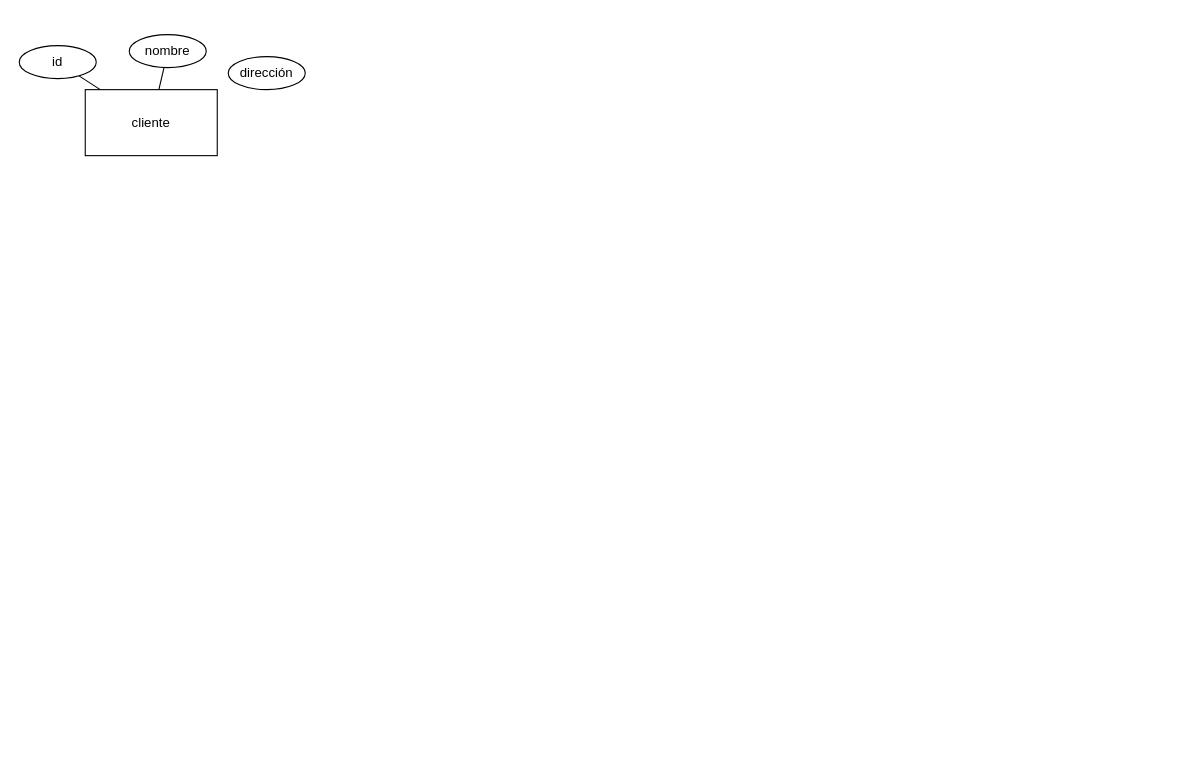
jesalazaro/ER-diagrams keeps this draw.io diagram as videoStore.drawio. Above is the earlier version. Source tidied: cells renumbered, new cells numbered last; positions are measured from the earlier drawing's top-left corner, leaving out a move shared by most shapes. Both pictures are drawn from the tidied source at 110%, with x=0, y=0 at pixel (19, 34).
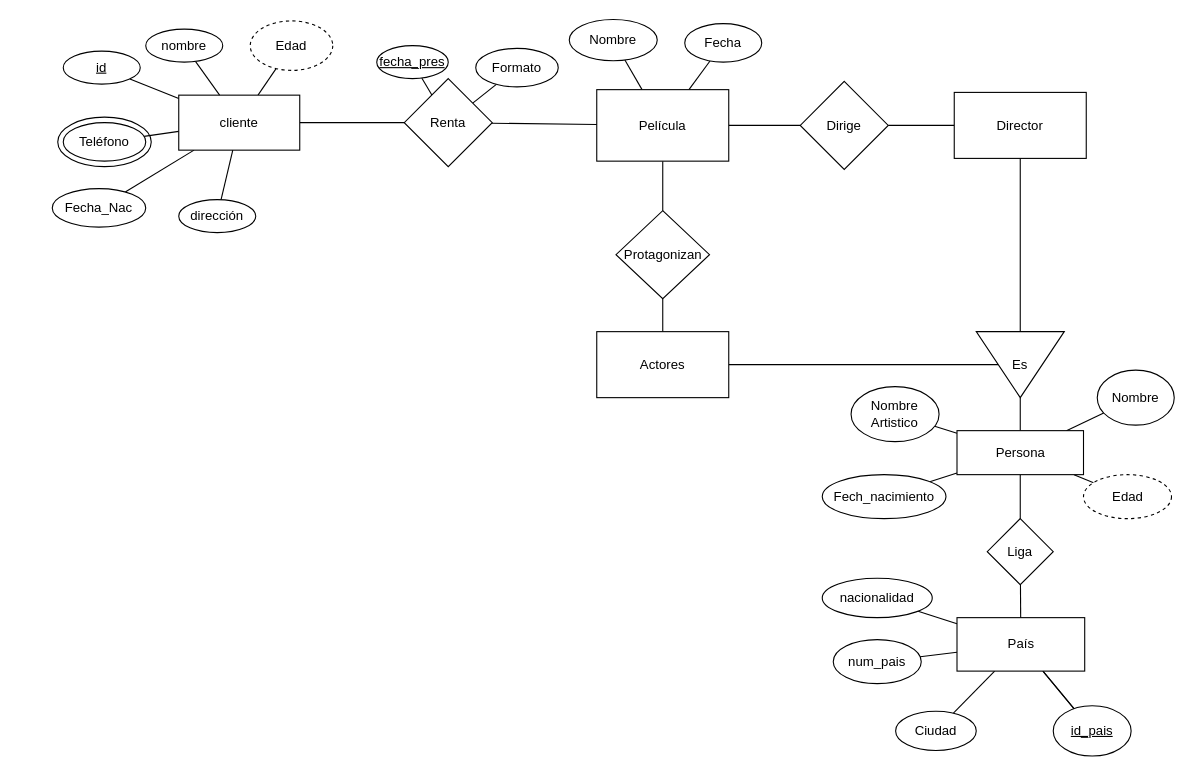
The same page after the edit.

What changed in the source:
```diff
@@
+    <mxCell id="8" style="ellipse;whiteSpace=wrap;html=1;rounded=0;" parent="1" vertex="1">
+      <mxGeometry x="35" y="75" width="85" height="45" as="geometry" />
+    </mxCell>
@@
+    <mxCell id="9" style="edgeStyle=none;rounded=0;jettySize=auto;html=1;endArrow=none;endFill=0;" parent="1" edge="1" source="3" target="14">
+      <mxGeometry relative="1" as="geometry" />
+    </mxCell>
+    <mxCell id="10" style="edgeStyle=none;rounded=0;jettySize=auto;html=1;endArrow=none;endFill=0;" parent="1" edge="1" source="3" target="15">
+      <mxGeometry relative="1" as="geometry" />
+    </mxCell>
+    <mxCell id="11" style="edgeStyle=none;rounded=0;jettySize=auto;html=1;endArrow=none;endFill=0;" parent="1" edge="1" source="3" target="16">
+      <mxGeometry relative="1" as="geometry" />
+    </mxCell>
+    <mxCell id="12" style="edgeStyle=none;rounded=0;jettySize=auto;html=1;endArrow=none;endFill=0;" parent="1" edge="1" source="3" target="25">
+      <mxGeometry relative="1" as="geometry" />
+    </mxCell>
     <mxCell id="3" value="cliente" style="rounded=0;whiteSpace=wrap;html=1;" parent="1" vertex="1">
-      <mxGeometry x="60" y="50" width="120" height="60" as="geometry" />
+      <mxGeometry x="145" y="55" width="110" height="50" as="geometry" />
     </mxCell>
-    <mxCell id="4" value="id" style="ellipse;whiteSpace=wrap;html=1;rounded=0;" parent="1" vertex="1">
-      <mxGeometry y="10" width="70" height="30" as="geometry" />
+    <mxCell id="4" value="&lt;u&gt;id&lt;/u&gt;" style="ellipse;whiteSpace=wrap;html=1;rounded=0;" parent="1" vertex="1">
+      <mxGeometry x="40" y="15" width="70" height="30" as="geometry" />
     </mxCell>
@@
     <mxCell id="6" value="nombre&lt;br&gt;" style="ellipse;whiteSpace=wrap;html=1;rounded=0;" parent="1" vertex="1">
-      <mxGeometry x="100" width="70" height="30" as="geometry" />
+      <mxGeometry x="115" y="-5" width="70" height="30" as="geometry" />
     </mxCell>
+    <mxCell id="13" style="edgeStyle=none;rounded=0;jettySize=auto;html=1;endArrow=none;endFill=0;" parent="1" edge="1" source="7" target="3">
+      <mxGeometry relative="1" as="geometry" />
+    </mxCell>
     <mxCell id="7" value="dirección" style="ellipse;whiteSpace=wrap;html=1;rounded=0;" parent="1" vertex="1">
-      <mxGeometry x="190" y="20" width="70" height="30" as="geometry" />
+      <mxGeometry x="145" y="150" width="70" height="30" as="geometry" />
     </mxCell>
+    <mxCell id="14" value="Teléfono" style="ellipse;whiteSpace=wrap;html=1;rounded=0;" parent="1" vertex="1">
+      <mxGeometry x="40" y="80" width="75" height="35" as="geometry" />
+    </mxCell>
+    <mxCell id="15" value="Fecha_Nac" style="ellipse;whiteSpace=wrap;html=1;rounded=0;" parent="1" vertex="1">
+      <mxGeometry x="30" y="140" width="85" height="35" as="geometry" />
+    </mxCell>
+    <mxCell id="16" value="Edad" style="ellipse;whiteSpace=wrap;html=1;rounded=0;dashed=1;" parent="1" vertex="1">
+      <mxGeometry x="210" y="-12.5" width="75" height="45" as="geometry" />
+    </mxCell>
+    <mxCell id="17" style="edgeStyle=none;rounded=0;jettySize=auto;html=1;endArrow=none;endFill=0;" parent="1" edge="1" source="21" target="28">
+      <mxGeometry relative="1" as="geometry" />
+    </mxCell>
+    <mxCell id="18" style="edgeStyle=none;rounded=0;jettySize=auto;html=1;endArrow=none;endFill=0;" parent="1" edge="1" source="21" target="30">
+      <mxGeometry relative="1" as="geometry" />
+    </mxCell>
+    <mxCell id="19" style="edgeStyle=none;rounded=0;jettySize=auto;html=1;endArrow=none;endFill=0;" parent="1" edge="1" source="21" target="34">
+      <mxGeometry relative="1" as="geometry" />
+    </mxCell>
+    <mxCell id="20" style="edgeStyle=none;rounded=0;jettySize=auto;html=1;endArrow=none;endFill=0;" parent="1" edge="1" source="21" target="36">
+      <mxGeometry relative="1" as="geometry" />
+    </mxCell>
+    <mxCell id="21" value="Película" style="rounded=0;whiteSpace=wrap;html=1;" parent="1" vertex="1">
+      <mxGeometry x="525" y="50" width="120" height="65" as="geometry" />
+    </mxCell>
+    <mxCell id="22" style="edgeStyle=none;rounded=0;jettySize=auto;html=1;endArrow=none;endFill=0;" parent="1" edge="1" source="25" target="21">
+      <mxGeometry relative="1" as="geometry" />
+    </mxCell>
+    <mxCell id="23" style="edgeStyle=none;rounded=0;jettySize=auto;html=1;endArrow=none;endFill=0;" parent="1" edge="1" source="25" target="26">
+      <mxGeometry relative="1" as="geometry" />
+    </mxCell>
+    <mxCell id="24" style="edgeStyle=none;rounded=0;jettySize=auto;html=1;endArrow=none;endFill=0;" parent="1" edge="1" source="25" target="27">
+      <mxGeometry relative="1" as="geometry" />
+    </mxCell>
+    <mxCell id="25" value="Renta" style="rhombus;whiteSpace=wrap;html=1;rounded=0;" parent="1" vertex="1">
+      <mxGeometry x="350" y="40" width="80" height="80" as="geometry" />
+    </mxCell>
+    <mxCell id="26" value="&lt;u&gt;fecha_pres&lt;/u&gt;" style="ellipse;whiteSpace=wrap;html=1;rounded=0;" parent="1" vertex="1">
+      <mxGeometry x="325" y="10" width="65" height="30" as="geometry" />
+    </mxCell>
+    <mxCell id="27" value="Formato" style="ellipse;whiteSpace=wrap;html=1;rounded=0;" parent="1" vertex="1">
+      <mxGeometry x="415" y="12.5" width="75" height="35" as="geometry" />
+    </mxCell>
+    <mxCell id="28" value="Nombre" style="ellipse;whiteSpace=wrap;html=1;rounded=0;" parent="1" vertex="1">
+      <mxGeometry x="500" y="-13.8" width="80" height="37.5" as="geometry" />
+    </mxCell>
+    <mxCell id="29" style="edgeStyle=none;rounded=0;jettySize=auto;html=1;endArrow=none;endFill=0;" parent="1" edge="1" source="30" target="32">
+      <mxGeometry relative="1" as="geometry" />
+    </mxCell>
+    <mxCell id="30" value="Protagonizan" style="rhombus;whiteSpace=wrap;html=1;rounded=0;" parent="1" vertex="1">
+      <mxGeometry x="542.5" y="160" width="85" height="80" as="geometry" />
+    </mxCell>
+    <mxCell id="31" style="edgeStyle=none;rounded=0;jettySize=auto;html=1;endArrow=none;endFill=0;" parent="1" edge="1" source="32" target="39">
+      <mxGeometry relative="1" as="geometry" />
+    </mxCell>
+    <mxCell id="32" value="Actores" style="whiteSpace=wrap;html=1;rounded=0;" parent="1" vertex="1">
+      <mxGeometry x="525" y="270" width="120" height="60" as="geometry" />
+    </mxCell>
+    <mxCell id="33" style="edgeStyle=none;rounded=0;jettySize=auto;html=1;endArrow=none;endFill=0;" parent="1" edge="1" source="34" target="35">
+      <mxGeometry relative="1" as="geometry" />
+    </mxCell>
+    <mxCell id="34" value="Dirige" style="rhombus;whiteSpace=wrap;html=1;rounded=0;" parent="1" vertex="1">
+      <mxGeometry x="710" y="42.5" width="80" height="80" as="geometry" />
+    </mxCell>
+    <mxCell id="35" value="Director" style="whiteSpace=wrap;html=1;rounded=0;" parent="1" vertex="1">
+      <mxGeometry x="850" y="52.5" width="120" height="60" as="geometry" />
+    </mxCell>
+    <mxCell id="36" value="Fecha" style="ellipse;whiteSpace=wrap;html=1;rounded=0;" parent="1" vertex="1">
+      <mxGeometry x="605" y="-10" width="70" height="35" as="geometry" />
+    </mxCell>
+    <mxCell id="37" style="edgeStyle=none;rounded=0;jettySize=auto;html=1;endArrow=none;endFill=0;" parent="1" edge="1" source="39" target="35">
+      <mxGeometry relative="1" as="geometry" />
+    </mxCell>
+    <mxCell id="38" style="edgeStyle=none;rounded=0;jettySize=auto;html=1;endArrow=none;endFill=0;" parent="1" edge="1" source="39" target="44">
+      <mxGeometry relative="1" as="geometry" />
+    </mxCell>
+    <mxCell id="39" value="Es" style="triangle;whiteSpace=wrap;html=1;rounded=0;direction=south;horizontal=1;" parent="1" vertex="1">
+      <mxGeometry x="870" y="270" width="80" height="60" as="geometry" />
+    </mxCell>
+    <mxCell id="40" style="edgeStyle=none;rounded=0;jettySize=auto;html=1;endArrow=none;endFill=0;" parent="1" edge="1" source="44" target="46">
+      <mxGeometry relative="1" as="geometry" />
+    </mxCell>
+    <mxCell id="41" style="edgeStyle=none;rounded=0;jettySize=auto;html=1;endArrow=none;endFill=0;" parent="1" edge="1" source="44" target="62">
+      <mxGeometry relative="1" as="geometry" />
+    </mxCell>
+    <mxCell id="42" style="edgeStyle=none;rounded=0;jettySize=auto;html=1;endArrow=none;endFill=0;" parent="1" edge="1" source="44" target="63">
+      <mxGeometry relative="1" as="geometry" />
+    </mxCell>
+    <mxCell id="43" style="edgeStyle=none;rounded=0;jettySize=auto;html=1;endArrow=none;endFill=0;" parent="1" edge="1" source="44" target="64">
+      <mxGeometry relative="1" as="geometry" />
+    </mxCell>
+    <mxCell id="44" value="Persona" style="whiteSpace=wrap;html=1;rounded=0;" parent="1" vertex="1">
+      <mxGeometry x="852.5" y="360" width="115" height="40" as="geometry" />
+    </mxCell>
+    <mxCell id="45" style="edgeStyle=none;rounded=0;orthogonalLoop=1;jettySize=auto;html=1;exitX=0.5;exitY=1;exitDx=0;exitDy=0;endArrow=none;endFill=0;" parent="1" edge="1" source="39" target="39">
+      <mxGeometry relative="1" as="geometry" />
+    </mxCell>
+    <mxCell id="46" value="Liga" style="rhombus;whiteSpace=wrap;html=1;rounded=0;" parent="1" vertex="1">
+      <mxGeometry x="880" y="440" width="60" height="60" as="geometry" />
+    </mxCell>
+    <mxCell id="47" style="edgeStyle=none;rounded=0;orthogonalLoop=1;jettySize=auto;html=1;exitX=0.5;exitY=1;exitDx=0;exitDy=0;endArrow=none;endFill=0;" parent="1" edge="1">
+      <mxGeometry relative="1" as="geometry">
+        <mxPoint x="991.1" y="635.5" as="sourcePoint" />
+        <mxPoint x="991.1" y="635.5" as="targetPoint" />
+      </mxGeometry>
+    </mxCell>
+    <mxCell id="48" style="edgeStyle=none;rounded=0;orthogonalLoop=1;jettySize=auto;html=1;exitX=0.5;exitY=1;exitDx=0;exitDy=0;endArrow=none;endFill=0;" parent="1" edge="1">
+      <mxGeometry relative="1" as="geometry">
+        <mxPoint x="991.1" y="635.5" as="sourcePoint" />
+        <mxPoint x="991.1" y="635.5" as="targetPoint" />
+      </mxGeometry>
+    </mxCell>
+    <mxCell id="49" style="edgeStyle=none;rounded=0;orthogonalLoop=1;jettySize=auto;html=1;exitX=0.5;exitY=1;exitDx=0;exitDy=0;endArrow=none;endFill=0;" parent="1" edge="1">
+      <mxGeometry relative="1" as="geometry">
+        <mxPoint x="930" y="636.1" as="sourcePoint" />
+        <mxPoint x="930" y="636.1" as="targetPoint" />
+      </mxGeometry>
+    </mxCell>
+    <mxCell id="50" style="edgeStyle=none;rounded=0;jettySize=auto;html=1;endArrow=none;endFill=0;" parent="1" edge="1" source="56" target="57">
+      <mxGeometry relative="1" as="geometry" />
+    </mxCell>
+    <mxCell id="51" style="edgeStyle=none;rounded=0;jettySize=auto;html=1;endArrow=none;endFill=0;" parent="1" edge="1" source="56" target="58">
+      <mxGeometry relative="1" as="geometry" />
+    </mxCell>
+    <mxCell id="52" style="edgeStyle=none;rounded=0;jettySize=auto;html=1;endArrow=none;endFill=0;" parent="1" edge="1" source="56" target="46">
+      <mxGeometry relative="1" as="geometry" />
+    </mxCell>
+    <mxCell id="53" style="edgeStyle=none;rounded=0;jettySize=auto;html=1;endArrow=none;endFill=0;" parent="1" edge="1" source="56" target="59">
+      <mxGeometry relative="1" as="geometry" />
+    </mxCell>
+    <mxCell id="54" style="edgeStyle=none;rounded=0;jettySize=auto;html=1;endArrow=none;endFill=0;" parent="1" edge="1" source="56" target="59">
+      <mxGeometry relative="1" as="geometry" />
+    </mxCell>
+    <mxCell id="55" style="edgeStyle=none;rounded=0;jettySize=auto;html=1;endArrow=none;endFill=0;" parent="1" edge="1" source="56" target="61">
+      <mxGeometry relative="1" as="geometry" />
+    </mxCell>
+    <mxCell id="56" value="País" style="rounded=0;whiteSpace=wrap;html=1;" parent="1" vertex="1">
+      <mxGeometry x="852.5" y="530" width="116.1" height="48.6" as="geometry" />
+    </mxCell>
+    <mxCell id="57" value="nacionalidad" style="ellipse;whiteSpace=wrap;html=1;rounded=0;" parent="1" vertex="1">
+      <mxGeometry x="730" y="494.2" width="100" height="35.8" as="geometry" />
+    </mxCell>
+    <mxCell id="58" value="num_pais" style="ellipse;whiteSpace=wrap;html=1;rounded=0;" parent="1" vertex="1">
+      <mxGeometry x="740" y="550" width="80" height="40" as="geometry" />
+    </mxCell>
+    <mxCell id="59" value="&lt;u&gt;id_pais&lt;/u&gt;" style="ellipse;whiteSpace=wrap;html=1;rounded=0;" parent="1" vertex="1">
+      <mxGeometry x="940" y="610.1" width="70.8" height="45.7" as="geometry" />
+    </mxCell>
+    <mxCell id="60" style="edgeStyle=none;rounded=0;orthogonalLoop=1;jettySize=auto;html=1;exitX=0.5;exitY=1;exitDx=0;exitDy=0;endArrow=none;endFill=0;" parent="1" edge="1" source="57" target="57">
+      <mxGeometry relative="1" as="geometry" />
+    </mxCell>
+    <mxCell id="61" value="Ciudad" style="ellipse;whiteSpace=wrap;html=1;rounded=0;" parent="1" vertex="1">
+      <mxGeometry x="796.7" y="615.1" width="73.3" height="35.7" as="geometry" />
+    </mxCell>
+    <mxCell id="62" value="Nombre" style="ellipse;whiteSpace=wrap;html=1;rounded=0;" parent="1" vertex="1">
+      <mxGeometry x="980" y="305" width="70" height="50" as="geometry" />
+    </mxCell>
+    <mxCell id="63" value="Fech_nacimiento" style="ellipse;whiteSpace=wrap;html=1;rounded=0;" parent="1" vertex="1">
+      <mxGeometry x="730" y="400" width="112.5" height="40" as="geometry" />
+    </mxCell>
+    <mxCell id="64" value="Edad" style="ellipse;whiteSpace=wrap;html=1;rounded=0;dashed=1;" parent="1" vertex="1">
+      <mxGeometry x="967.5" y="400" width="80" height="40" as="geometry" />
+    </mxCell>
+    <mxCell id="65" style="edgeStyle=none;rounded=0;orthogonalLoop=1;jettySize=auto;html=1;exitX=0;exitY=0.5;exitDx=0;exitDy=0;endArrow=none;endFill=0;" parent="1" edge="1" source="44" target="44">
+      <mxGeometry relative="1" as="geometry" />
+    </mxCell>
+    <mxCell id="66" style="edgeStyle=none;rounded=0;orthogonalLoop=1;jettySize=auto;html=1;exitX=0.75;exitY=0;exitDx=0;exitDy=0;endArrow=none;endFill=0;" parent="1" edge="1" source="44" target="44">
+      <mxGeometry relative="1" as="geometry" />
+    </mxCell>
+    <mxCell id="67" style="edgeStyle=none;rounded=0;jettySize=auto;html=1;endArrow=none;endFill=0;" parent="1" edge="1" source="68" target="44">
+      <mxGeometry relative="1" as="geometry" />
+    </mxCell>
+    <mxCell id="68" value="Nombre Artistico" style="ellipse;whiteSpace=wrap;html=1;rounded=0;" parent="1" vertex="1">
+      <mxGeometry x="756.2" y="320" width="80" height="50" as="geometry" />
+    </mxCell>
```
